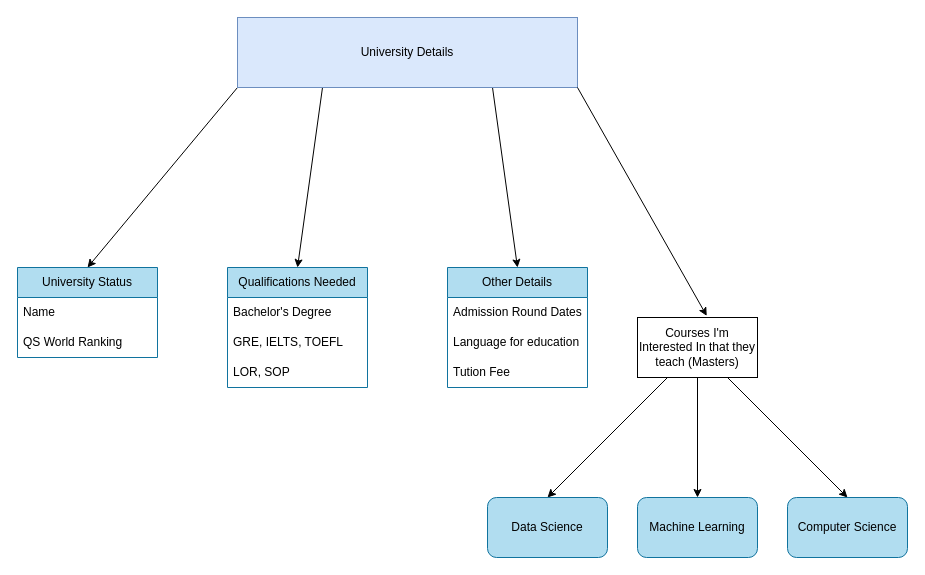
yashdeshpandex1/UniMiner keeps this draw.io diagram as code_diagram.drawio. Above is the earlier version. Source tidied: cells renumbered, new cells numbered last; positions are measured from the earlier drawing's top-left corner, leaving out a move shared by most shapes. Both pictures are drawn from the tidied source at 100%, with x=0, y=0 at pixel (17, 17).
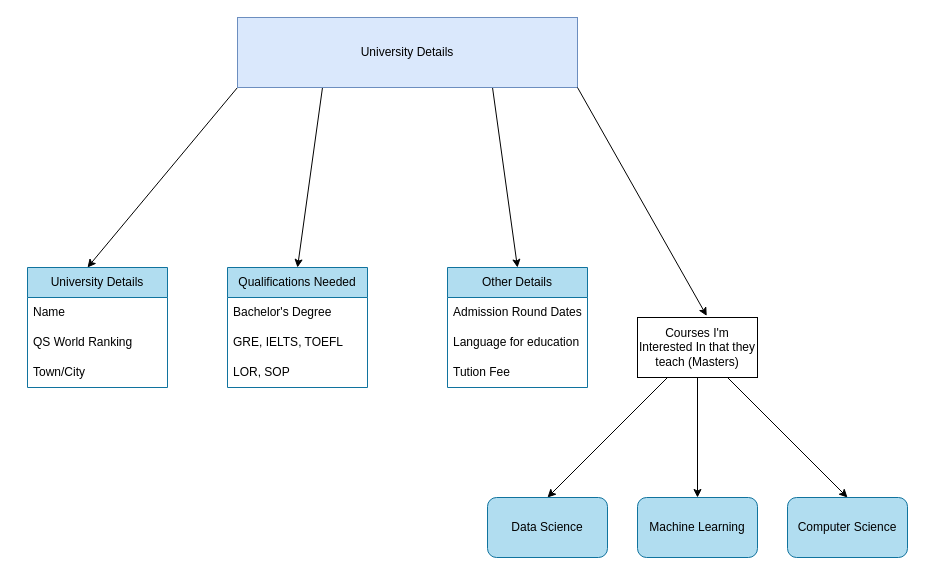
The same diagram, later.

Commit message:
fix: correct the diagram

The change refers to these unchanged cells:
```xml
<mxCell id="5" value="University Details" style="rounded=0;whiteSpace=wrap;html=1;fillColor=#dae8fc;strokeColor=#6c8ebf;" parent="1" vertex="1">
  <mxGeometry x="220" width="340" height="70" as="geometry" />
</mxCell>
```

What changed in the source:
```diff
@@
-    <mxCell id="3" style="edgeStyle=none;html=1;exitX=0;exitY=1;exitDx=0;exitDy=0;entryX=0.5;entryY=0;entryDx=0;entryDy=0;" parent="1" edge="1" source="5" target="6">
-      <mxGeometry relative="1" as="geometry" />
+    <mxCell id="3" style="edgeStyle=none;html=1;exitX=0;exitY=1;exitDx=0;exitDy=0;entryX=0.5;entryY=0;entryDx=0;entryDy=0;" parent="1" edge="1" source="5">
+      <mxGeometry relative="1" as="geometry">
+        <mxPoint x="70" y="250" as="targetPoint" />
+      </mxGeometry>
     </mxCell>
@@
-    <mxCell id="6" value="University Status" style="swimlane;fontStyle=0;horizontal=1;startSize=30;whiteSpace=wrap;html=1;fillColor=#b1ddf0;strokeColor=#10739e;" parent="1" vertex="1">
-      <mxGeometry y="250" width="140" height="90" as="geometry" />
-    </mxCell>
-    <mxCell id="7" value="Name" style="text;strokeColor=none;fillColor=none;align=left;verticalAlign=middle;spacingLeft=4;spacingRight=4;overflow=hidden;whiteSpace=wrap;html=1;" parent="6" vertex="1">
-      <mxGeometry y="30" width="140" height="30" as="geometry" />
-    </mxCell>
-    <mxCell id="8" value="QS World Ranking" style="text;strokeColor=none;fillColor=none;align=left;verticalAlign=middle;spacingLeft=4;spacingRight=4;overflow=hidden;whiteSpace=wrap;html=1;" parent="6" vertex="1">
-      <mxGeometry y="60" width="140" height="30" as="geometry" />
-    </mxCell>
@@
+    <mxCell id="25" value="University Details" style="swimlane;fontStyle=0;horizontal=1;startSize=30;whiteSpace=wrap;html=1;fillColor=#b1ddf0;strokeColor=#10739e;" parent="1" vertex="1">
+      <mxGeometry x="10" y="250" width="140" height="120" as="geometry" />
+    </mxCell>
+    <mxCell id="7" value="Name" style="text;strokeColor=none;fillColor=none;align=left;verticalAlign=middle;spacingLeft=4;spacingRight=4;overflow=hidden;whiteSpace=wrap;html=1;" parent="25" vertex="1">
+      <mxGeometry y="30" width="140" height="30" as="geometry" />
+    </mxCell>
+    <mxCell id="8" value="QS World Ranking" style="text;strokeColor=none;fillColor=none;align=left;verticalAlign=middle;spacingLeft=4;spacingRight=4;overflow=hidden;whiteSpace=wrap;html=1;" parent="25" vertex="1">
+      <mxGeometry y="60" width="140" height="30" as="geometry" />
+    </mxCell>
+    <mxCell id="26" value="Town/City" style="text;strokeColor=none;fillColor=none;align=left;verticalAlign=middle;spacingLeft=4;spacingRight=4;overflow=hidden;whiteSpace=wrap;html=1;" parent="25" vertex="1">
+      <mxGeometry y="90" width="140" height="30" as="geometry" />
+    </mxCell>
```
